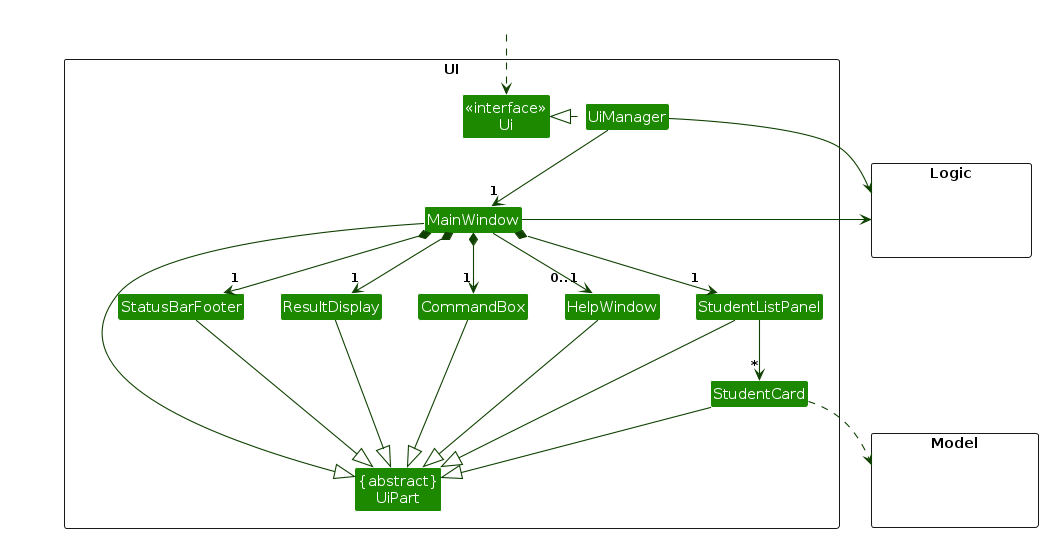
Earlier version of the PlantUML export diagrams/UiClassDiagram.png (CJBuzz/tp). Its source is kept beside it as diagrams/UiClassDiagram.puml.
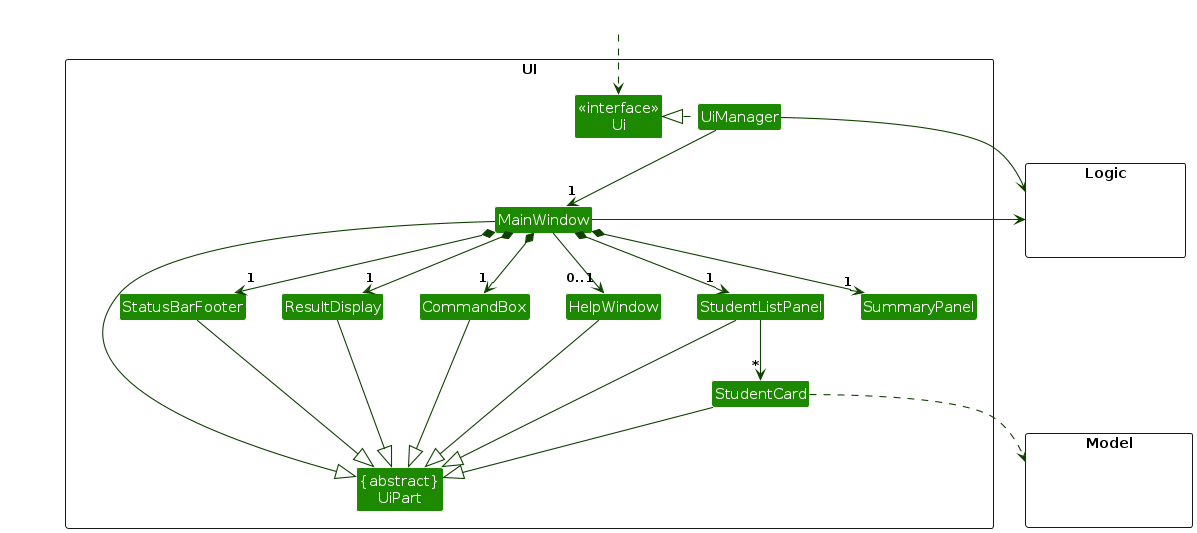
After the change.

Diff of the diagram source:
```diff
@@ -13,6 +13,7 @@
 Class ResultDisplay
 Class StudentListPanel
 Class StudentCard
+Class SummaryPanel
 Class StatusBarFooter
 Class CommandBox
 }
@@ -33,6 +34,7 @@
 MainWindow *-down->  "1" CommandBox
 MainWindow *-down-> "1" ResultDisplay
 MainWindow *-down-> "1" StudentListPanel
+MainWindow *-down-> "1" SummaryPanel
 MainWindow *-down-> "1" StatusBarFooter
 MainWindow --> "0..1" HelpWindow
 
```
